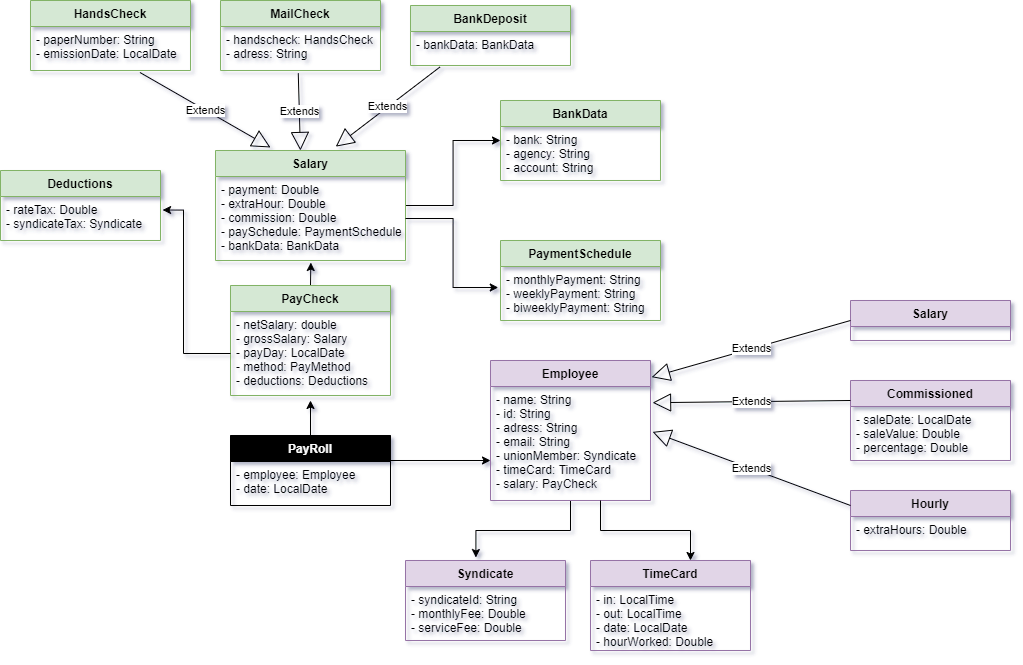
karlasophiacruz/exercisep3 keeps this draw.io diagram as Files/PayRollDiagram.png. Above is the earlier version. Source tidied: cells renumbered, new cells last; positions are measured from the earlier drawing's top-left corner, leaving out a move shared by most shapes.
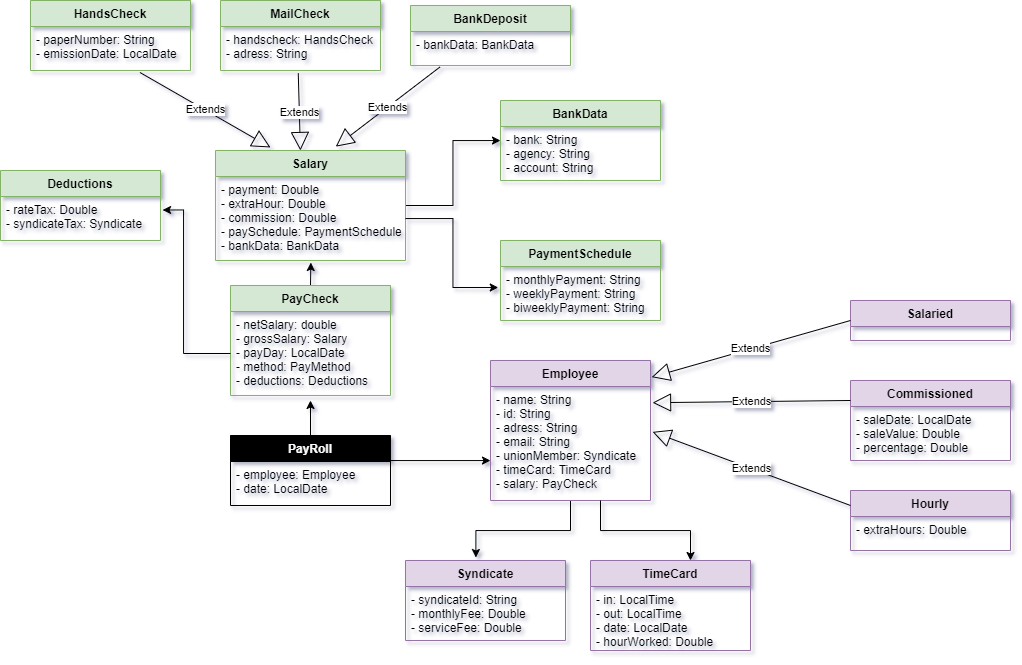
The same diagram one commit later.

Diff of the diagram source:
```diff
@@ -135,7 +135,7 @@
         </Array>
       </mxGeometry>
     </mxCell>
-    <mxCell id="40" value="Salary" style="swimlane;fontStyle=1;align=center;verticalAlign=top;horizontal=1;startSize=26;fillColor=#e1d5e7;strokeColor=#9673a6;" parent="1" vertex="1">
+    <mxCell id="40" value="Salaried" style="swimlane;fontStyle=1;align=center;verticalAlign=top;horizontal=1;startSize=26;fillColor=#e1d5e7;strokeColor=#9673a6;" parent="1" vertex="1">
       <mxGeometry x="850" y="300" width="160" height="40" as="geometry" />
     </mxCell>
     <mxCell id="41" value="Extends" style="endArrow=block;endSize=16;endFill=0;html=1;entryX=1.007;entryY=0.119;entryDx=0;entryDy=0;entryPerimeter=0;exitX=0;exitY=0.5;exitDx=0;exitDy=0;" parent="1" edge="1" source="40" target="3">
```
